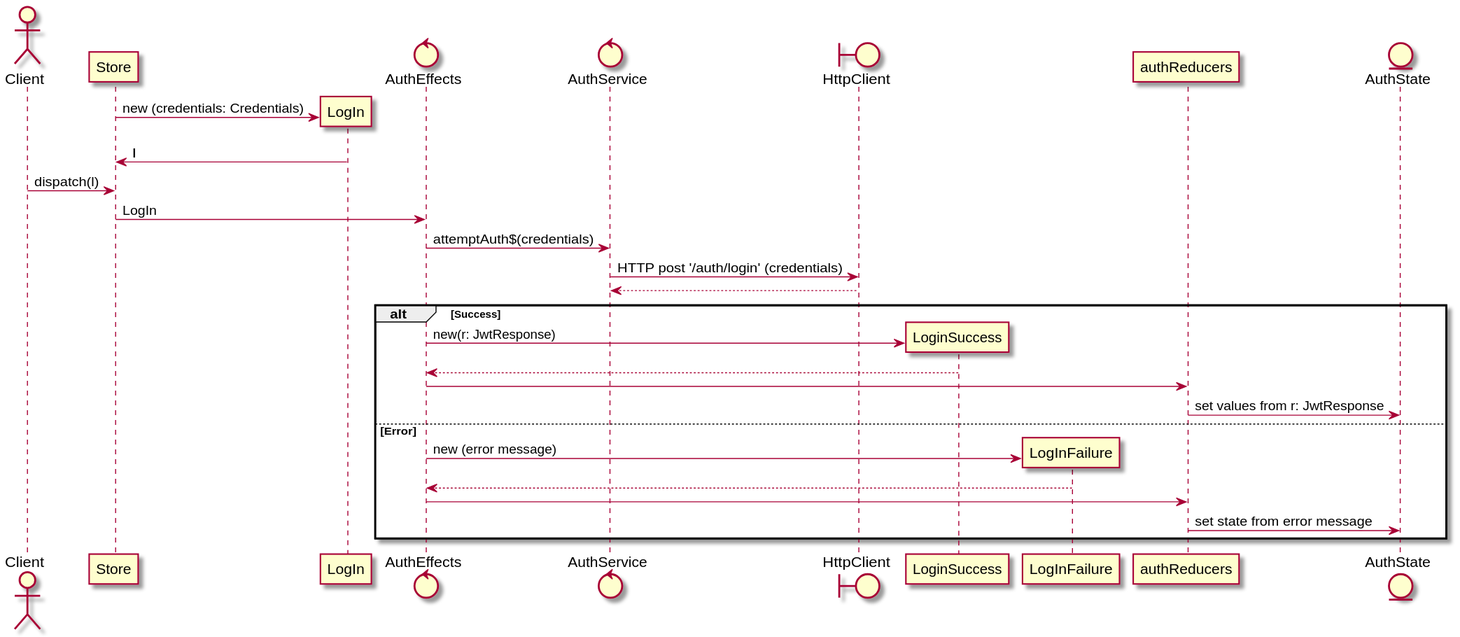
This is documentation/puml/angular/authentication_sequence.svg from HISPAMUS/muret, a PlantUML export, as it was before one commit. Its diagram source:
```plantuml
@startuml authentication_sequence
actor Client
participant Store
create LogIn
Store -> LogIn : new (credentials: Credentials)
LogIn -> Store: l
Client -> Store: dispatch(l)
control AuthEffects
Store -> AuthEffects: LogIn
control AuthService
AuthEffects -> AuthService: attemptAuth$(credentials)
boundary HttpClient
AuthService -> HttpClient: HTTP post '/auth/login' (credentials)
return
participant LoginSuccess
participant LogInFailure
Participant authReducers
entity AuthState
alt Success
    create LoginSuccess
    AuthEffects -> LoginSuccess: new(r: JwtResponse)
    return
    AuthEffects -> authReducers
    authReducers -> AuthState: set values from r: JwtResponse
else Error
    create LogInFailure
    AuthEffects -> LogInFailure: new (error message)
    return
    AuthEffects -> authReducers
    authReducers -> AuthState: set state from error message
end

@enduml
```
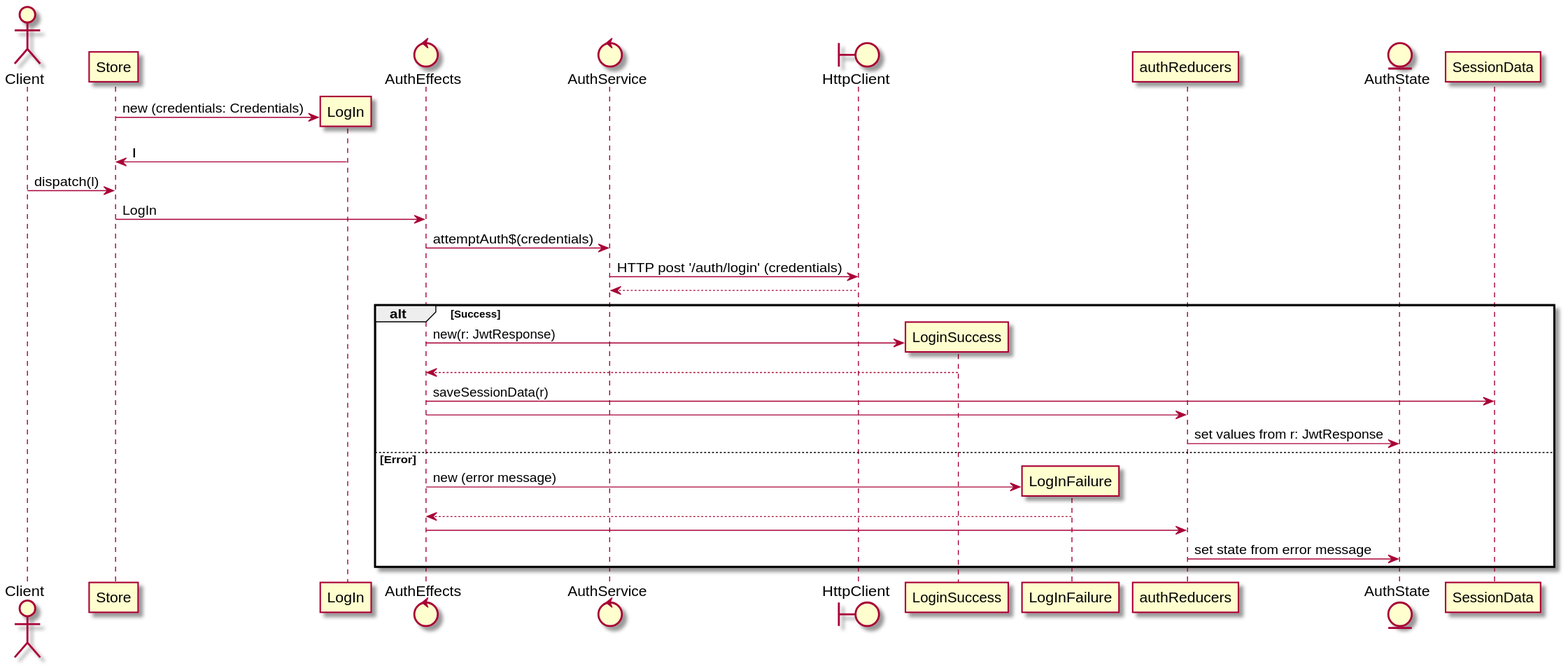
The same file after the commit.

The edit, as a diff of the source:
```diff
@@ -20,6 +20,7 @@
     create LoginSuccess
     AuthEffects -> LoginSuccess: new(r: JwtResponse)
     return
+    AuthEffects -> SessionData: saveSessionData(r)
     AuthEffects -> authReducers
     authReducers -> AuthState: set values from r: JwtResponse
 else Error
```
